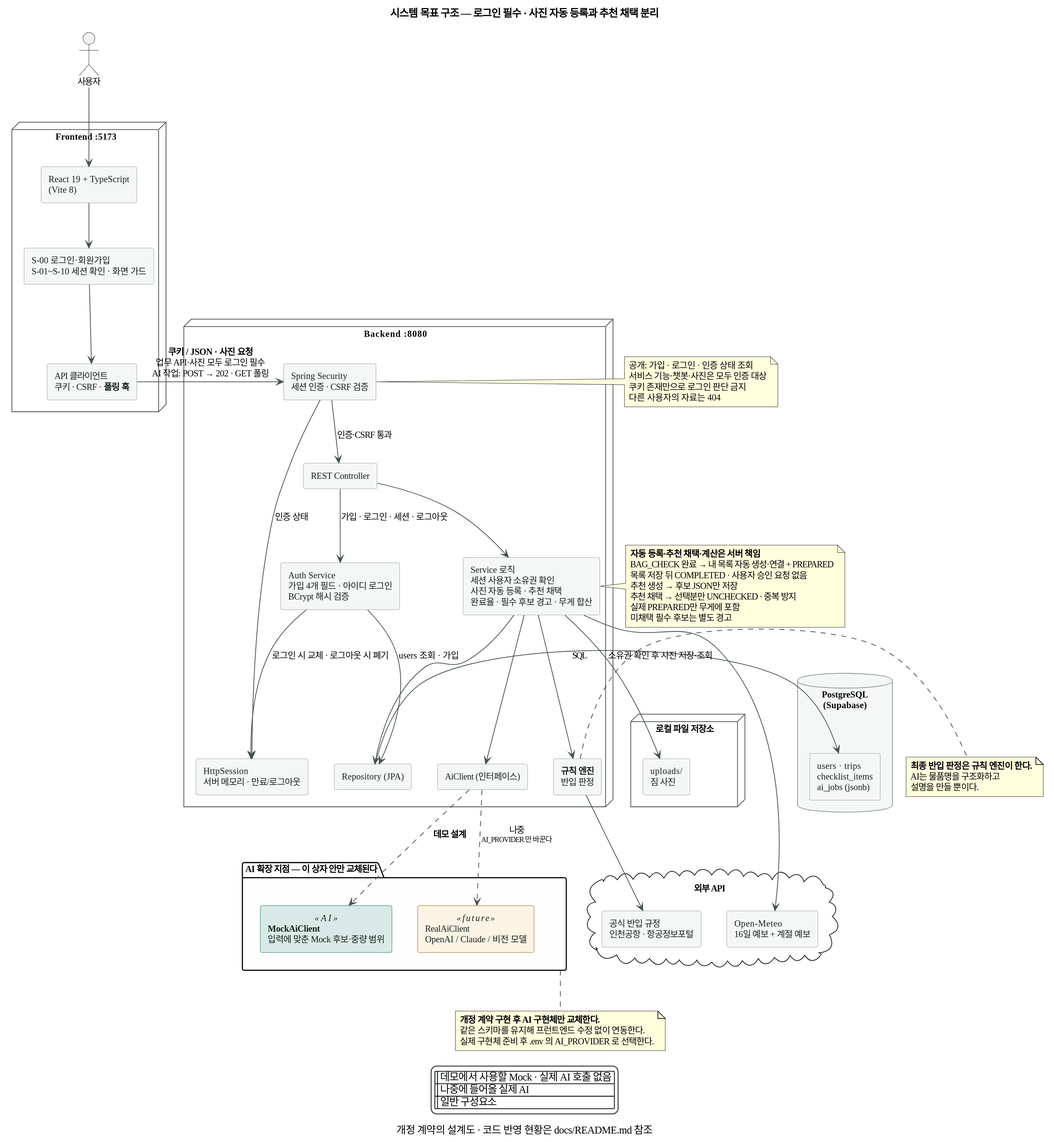
Above: docs/images/04-architecture.svg in SangMyeong5426/skala-mini-ai-web-service (PlantUML), before the change.
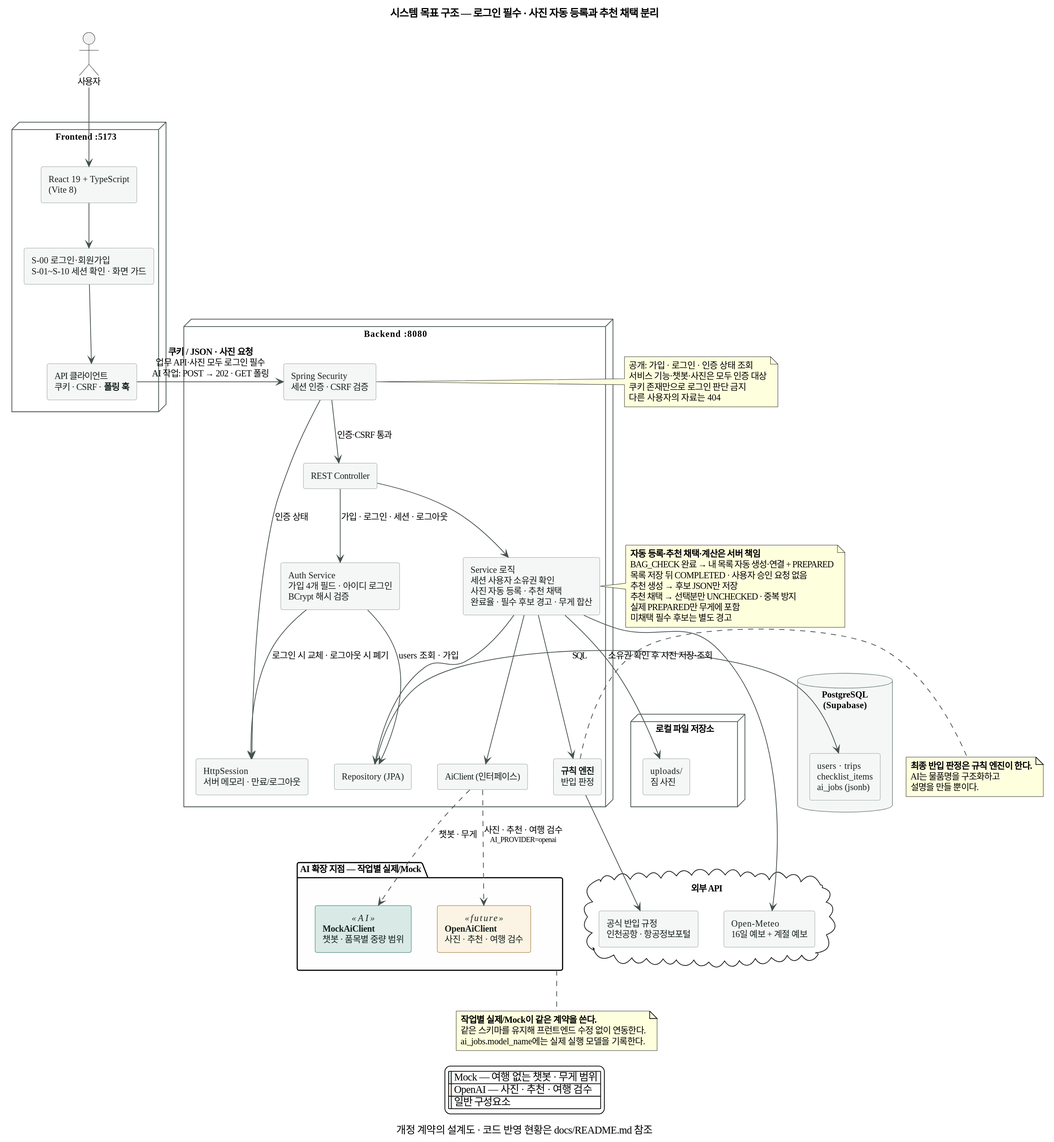
The same diagram one commit later.

Diff of the diagram source:
```diff
@@ -47,9 +47,9 @@
   component "AiClient (인터페이스)" as IFACE
 }
 
-package "AI 확장 지점 — 이 상자 안만 교체된다" as AIBOX #FEFEFE {
-  component "**MockAiClient**\n입력에 맞춘 Mock 후보·중량 범위" as MOCK <<AI>>
-  component "RealAiClient\nOpenAI / Claude / 비전 모델" as REAL <<future>>
+package "AI 확장 지점 — 작업별 실제/Mock" as AIBOX #FEFEFE {
+  component "**MockAiClient**\n챗봇 · 품목별 중량 범위" as MOCK <<AI>>
+  component "**OpenAiClient**\n사진 · 추천 · 여행 검수" as REAL <<future>>
 }
 
 database "PostgreSQL\n(Supabase)" as DB {
@@ -82,16 +82,16 @@
 REPO -right-> TABLES : SQL
 SVC --> UP : 소유권 확인 후 사진 저장·조회
 
-IFACE ..> MOCK : **데모 설계**
-IFACE ..> REAL : 나중\n<size:10>AI_PROVIDER 만 바꾼다</size>
+IFACE ..> MOCK : 챗봇 · 무게
+IFACE ..> REAL : 사진 · 추천 · 여행 검수\n<size:10>AI_PROVIDER=openai</size>
 
 SVC --> WEATHER
 RULE --> RULES
 
 note bottom of AIBOX
-  **개정 계약 구현 후 AI 구현체만 교체한다.**
+  **작업별 실제/Mock이 같은 계약을 쓴다.**
   같은 스키마를 유지해 프런트엔드 수정 없이 연동한다.
-  실제 구현체 준비 후 .env 의 AI_PROVIDER 로 선택한다.
+  ai_jobs.model_name에는 실제 실행 모델을 기록한다.
 end note
 
 note left of SVC
@@ -118,8 +118,8 @@
 end note
 
 legend bottom
-  |<#D9EAE6>| 데모에서 사용할 Mock · 실제 AI 호출 없음 |
-  |<#FBF3E4>| 나중에 들어올 실제 AI |
+  |<#D9EAE6>| Mock — 여행 없는 챗봇 · 무게 범위 |
+  |<#FBF3E4>| OpenAI — 사진 · 추천 · 여행 검수 |
   |<#F5F7F6>| 일반 구성요소 |
 endlegend
 @enduml
```
